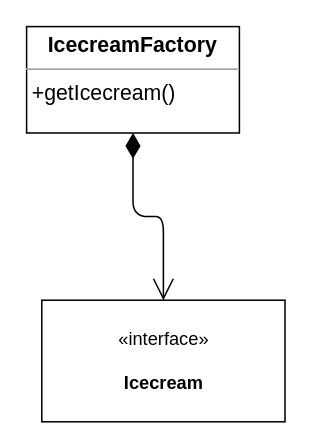
The draw.io diagram structural/flyweight/flyweight.drawio in MaksShadows/Patterns, before the edit. Source tidied: cells renumbered, new cells numbered last; positions are measured from the earlier drawing's top-left corner, leaving out a move shared by most shapes. Both pictures are drawn from the tidied source at 152%, with x=0, y=0 at pixel (26, 26).
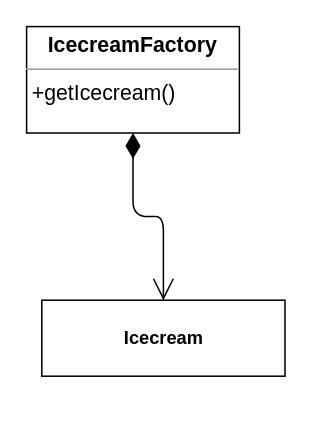
The same page after the edit.

Diff of the diagram source:
```diff
@@
 <mxGraphModel>
   <root>
     <mxCell id="0" />
     <mxCell id="1" parent="0" />
     <mxCell id="2" value="&lt;p style=&quot;margin: 4px 0px 0px ; text-align: center ; font-size: 14px&quot;&gt;&lt;b&gt;&lt;font style=&quot;font-size: 14px&quot;&gt;IcecreamFactory&lt;/font&gt;&lt;/b&gt;&lt;/p&gt;&lt;hr size=&quot;1&quot; style=&quot;font-size: 14px&quot;&gt;&lt;div style=&quot;height: 2px&quot;&gt;&lt;font style=&quot;font-size: 14px&quot;&gt;&amp;nbsp;+getIcecream()&lt;/font&gt;&lt;/div&gt;" style="verticalAlign=top;align=left;overflow=fill;fontSize=12;fontFamily=Helvetica;html=1;" parent="1" vertex="1">
       <mxGeometry width="140" height="70" as="geometry" />
     </mxCell>
-    <mxCell id="3" value="«interface»&lt;br&gt;&lt;br&gt;&lt;b&gt;Icecream&lt;/b&gt;" style="html=1;" parent="1" vertex="1">
-      <mxGeometry x="10" y="180" width="160" height="80" as="geometry" />
+    <mxCell id="3" value="&lt;b&gt;Icecream&lt;/b&gt;" style="html=1;" parent="1" vertex="1">
+      <mxGeometry x="10" y="180" width="160" height="50" as="geometry" />
     </mxCell>
     <mxCell id="4" style="endArrow=open;html=1;endSize=12;startArrow=diamondThin;startSize=14;startFill=1;edgeStyle=orthogonalEdgeStyle;align=left;verticalAlign=bottom;entryX=0.5;entryY=0;entryDx=0;entryDy=0;exitX=0.5;exitY=1;exitDx=0;exitDy=0;" parent="1" edge="1" source="2" target="3">
       <mxGeometry x="-0.69" y="20" relative="1" as="geometry" />
     </mxCell>
   </root>
 </mxGraphModel>
```
